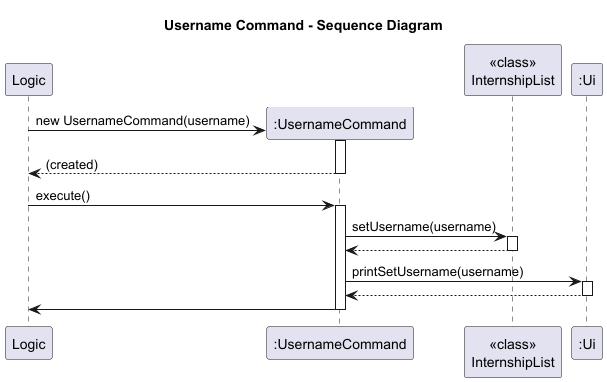
Before: docs/diagrams/UsernameCommandSD.png, a diagram exported from PlantUML (BenyAlbatross/tp). Its diagram source:
```plantuml
@startuml
title Username Command - Sequence Diagram

participant Logic
create ":UsernameCommand" as UC
participant "<<class>>\nInternshipList" as IL
participant ":Ui" as Ui

Logic -> UC** : new UsernameCommand(username)
activate UC
return (created)

Logic -> UC : execute()
activate UC

UC -> IL : setUsername(username)
activate IL
IL --> UC
deactivate IL

UC -> Ui : printSetUsername(username)
activate Ui
Ui --> UC
deactivate Ui

UC -> Logic
deactivate UC
@enduml
```
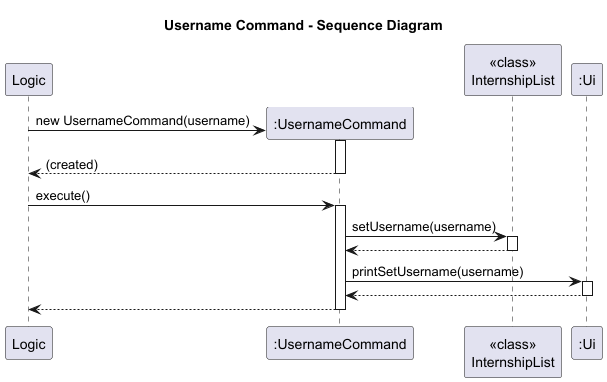
The same file after the commit.

Commit message:
Edit incorrect UML diagram

The edit, as a diff of the source:
```diff
@@ -23,6 +23,6 @@
 Ui --> UC
 deactivate Ui
 
-UC -> Logic
+UC --> Logic
 deactivate UC
 @enduml
```
